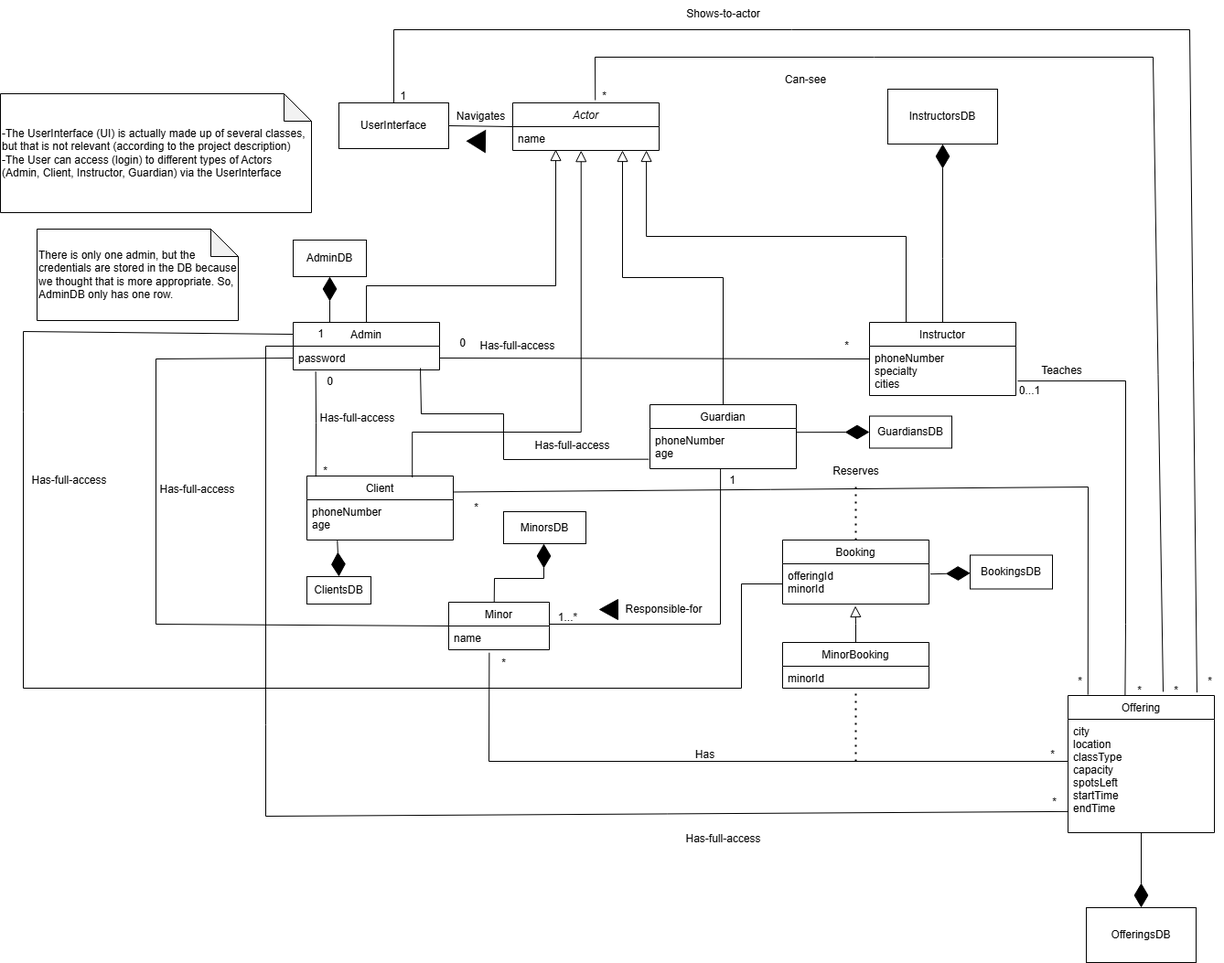
Before: Artifacts/Domain Model.drawio.png, a diagram exported from draw.io (aleckira/SOEN_342_PROJECT). Source tidied: cells renumbered, new cells last; positions are measured from the earlier drawing's top-left corner, leaving out a move shared by most shapes.
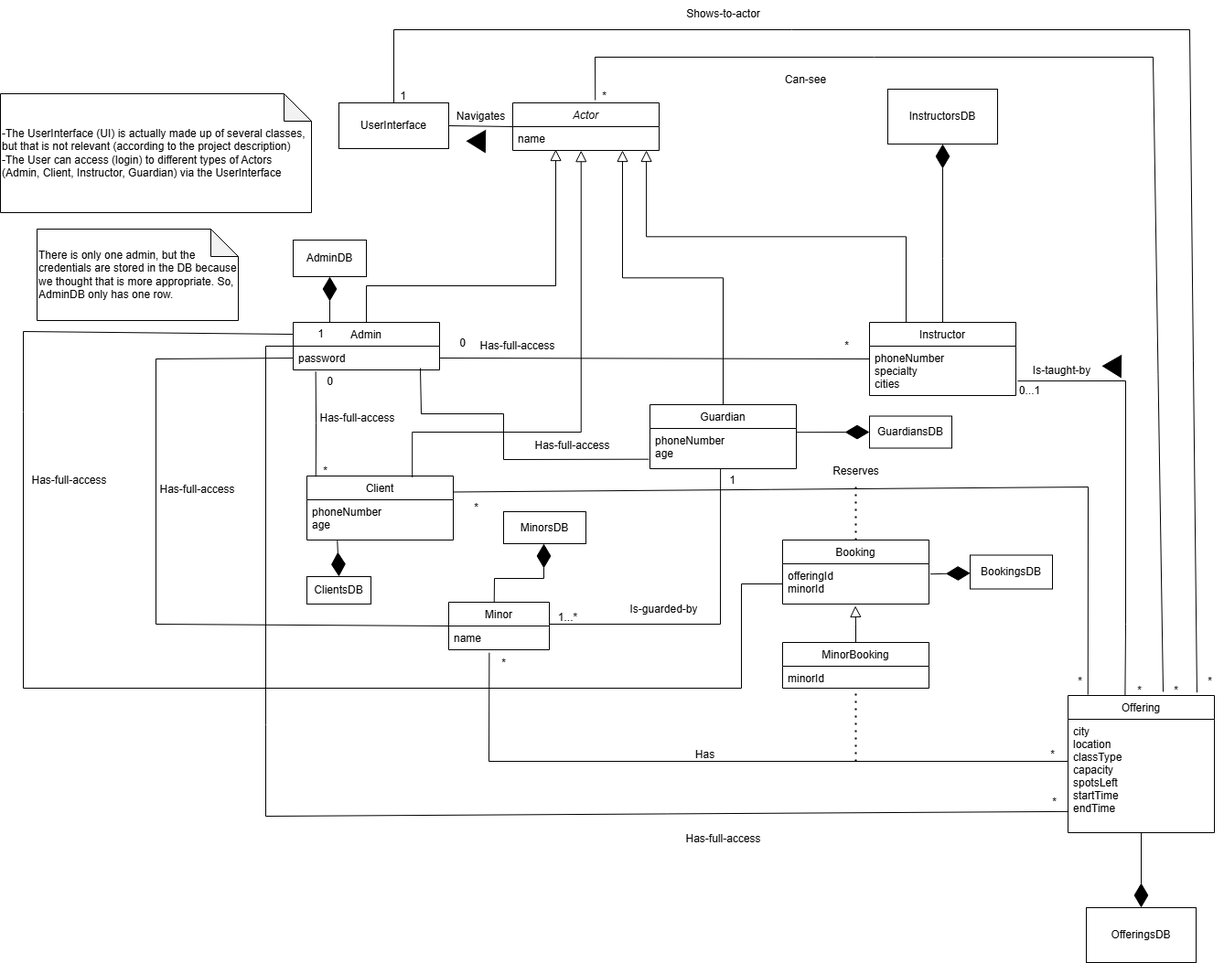
After the change.

The edit, as a diff of the source:
```diff
@@ -206,8 +206,8 @@
     <mxCell id="56" value="*" style="text;html=1;align=center;verticalAlign=middle;strokeColor=none;fillColor=none;" parent="1" vertex="1">
       <mxGeometry x="1165" y="730" width="30" height="30" as="geometry" />
     </mxCell>
-    <mxCell id="57" value="Teaches" style="text;html=1;align=center;verticalAlign=middle;strokeColor=none;fillColor=none;" parent="1" vertex="1">
-      <mxGeometry x="1125" y="390" width="70" height="30" as="geometry" />
+    <mxCell id="57" value="Is-taught-by" style="text;html=1;align=center;verticalAlign=middle;strokeColor=none;fillColor=none;" parent="1" vertex="1">
+      <mxGeometry x="1115" y="390" width="90" height="30" as="geometry" />
     </mxCell>
     <mxCell id="58" style="endArrow=block;endSize=10;endFill=0;shadow=0;strokeWidth=1;rounded=0;curved=0;edgeStyle=elbowEdgeStyle;elbow=vertical;entryX=0.467;entryY=1.006;entryDx=0;entryDy=0;entryPerimeter=0;exitX=0.72;exitY=0.023;exitDx=0;exitDy=0;exitPerimeter=0;" parent="1" edge="1" source="8" target="3">
       <mxGeometry relative="1" as="geometry">
@@ -265,12 +265,9 @@
     <mxCell id="69" value="1" style="text;html=1;align=center;verticalAlign=middle;strokeColor=none;fillColor=none;" parent="1" vertex="1">
       <mxGeometry x="785" y="510" width="30" height="30" as="geometry" />
     </mxCell>
-    <mxCell id="70" value="Responsible-for" style="text;html=1;align=center;verticalAlign=middle;strokeColor=none;fillColor=none;" parent="1" vertex="1">
-      <mxGeometry x="670" y="651" width="110" height="30" as="geometry" />
+    <mxCell id="70" value="Is-guarded-by" style="text;html=1;align=center;verticalAlign=middle;strokeColor=none;fillColor=none;" parent="1" vertex="1">
+      <mxGeometry x="675" y="651" width="100" height="30" as="geometry" />
     </mxCell>
-    <mxCell id="71" style="triangle;whiteSpace=wrap;html=1;strokeColor=default;fillColor=#000000;rotation=-180;" parent="1" vertex="1">
-      <mxGeometry x="655" y="655" width="20" height="22" as="geometry" />
-    </mxCell>
     <mxCell id="72" style="endArrow=none;html=1;rounded=0;entryX=0.65;entryY=-0.027;entryDx=0;entryDy=0;entryPerimeter=0;exitX=0.564;exitY=-0.057;exitDx=0;exitDy=0;exitPerimeter=0;" parent="1" edge="1" source="2" target="10">
       <mxGeometry relative="1" as="geometry">
         <Array as="points">
@@ -358,5 +355,8 @@
     <mxCell id="89" value="name" style="text;align=left;verticalAlign=top;spacingLeft=4;spacingRight=4;overflow=hidden;" parent="88" vertex="1">
       <mxGeometry y="26" width="110" height="14" as="geometry" />
     </mxCell>
+    <mxCell id="90" style="triangle;whiteSpace=wrap;html=1;fillColor=#000000;rotation=-179;" parent="1" vertex="1">
+      <mxGeometry x="1205" y="388" width="20" height="24" as="geometry" />
+    </mxCell>
   </root>
 </mxGraphModel>
```
